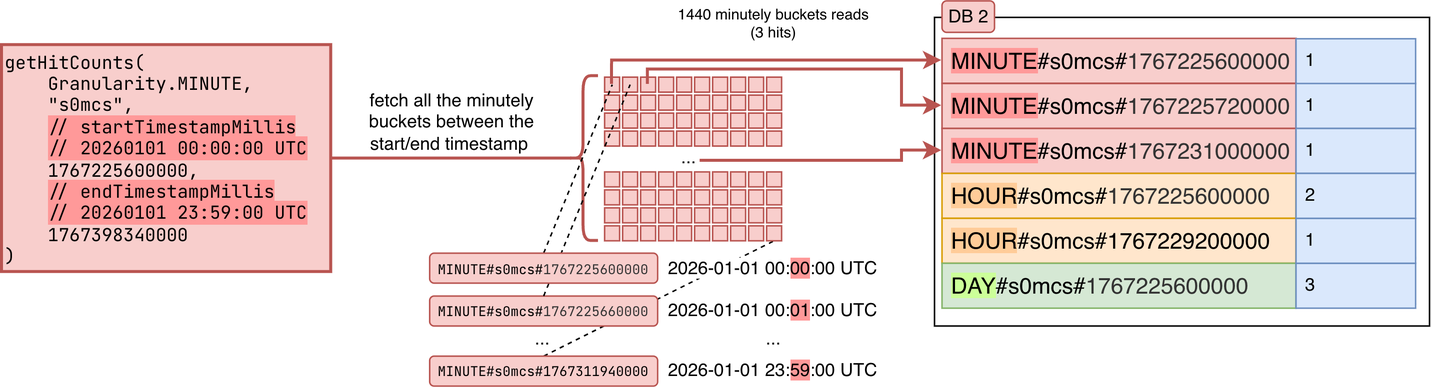
The draw.io diagram course-material/assets/module5/images/minutefetch.png in SonahLab/twitch-chat-hit-counter, before a commit. Source tidied: cells renumbered, new cells last; positions are measured from the earlier drawing's top-left corner, leaving out a move shared by most shapes.
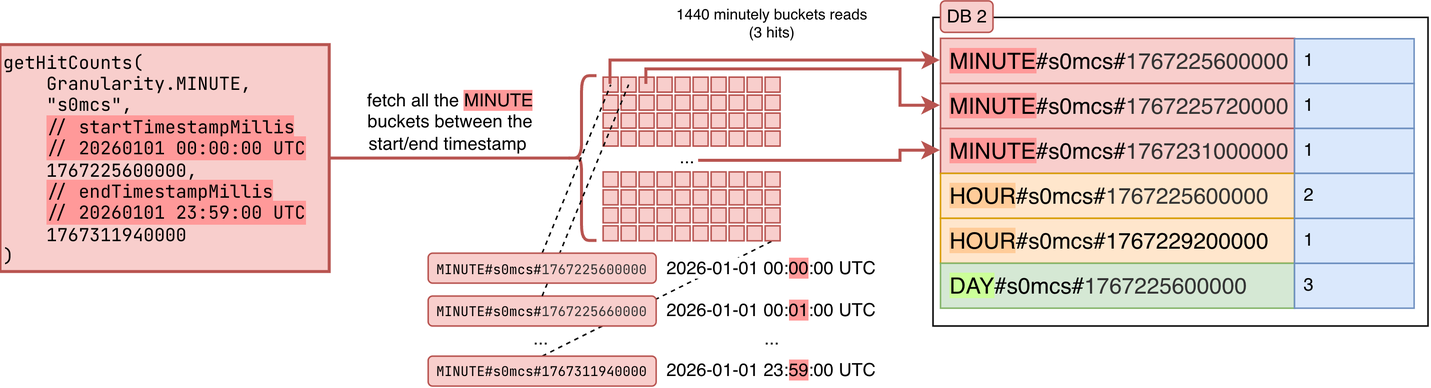
Above is the later version.

The edit, as a diff of the source:
```diff
@@ -5,7 +5,7 @@
     <mxCell id="2" style="endArrow=none;dashed=1;html=1;rounded=0;exitX=0.5;exitY=0;exitDx=0;exitDy=0;entryX=0.5;entryY=1;entryDx=0;entryDy=0;" parent="1" edge="1" source="96" target="83">
       <mxGeometry relative="1" as="geometry" />
     </mxCell>
-    <mxCell id="3" value="&lt;font face=&quot;JetBrains Mono&quot;&gt;getHitCounts(&lt;/font&gt;&lt;div&gt;&lt;font face=&quot;JetBrains Mono&quot;&gt;&amp;nbsp; &amp;nbsp; &lt;span&gt;Granularity.MINUTE&lt;/span&gt;,&lt;/font&gt;&lt;/div&gt;&lt;div&gt;&lt;font face=&quot;JetBrains Mono&quot;&gt;&amp;nbsp; &amp;nbsp; &quot;s0mcs&quot;,&lt;/font&gt;&lt;/div&gt;&lt;div&gt;&lt;font face=&quot;JetBrains Mono&quot;&gt;&amp;nbsp; &amp;nbsp; &lt;span style=&quot;background-color: rgb(255, 153, 153);&quot;&gt;// startTimestampMillis&lt;/span&gt;&lt;/font&gt;&lt;/div&gt;&lt;div&gt;&amp;nbsp; &amp;nbsp; &lt;span style=&quot;background-color: rgb(255, 153, 153);&quot;&gt;// 20260101 00:00:00 UTC&lt;/span&gt;&lt;/div&gt;&lt;div&gt;&lt;font face=&quot;JetBrains Mono&quot;&gt;&amp;nbsp; &amp;nbsp; 1767225600000,&lt;/font&gt;&lt;/div&gt;&lt;div&gt;&lt;font face=&quot;JetBrains Mono&quot;&gt;&amp;nbsp; &amp;nbsp; &lt;span style=&quot;background-color: rgb(255, 153, 153);&quot;&gt;// endTimestampMillis&lt;/span&gt;&lt;/font&gt;&lt;/div&gt;&lt;div&gt;&amp;nbsp; &amp;nbsp; &lt;span style=&quot;background-color: rgb(255, 153, 153);&quot;&gt;// 20260101 23:59:00 UTC&lt;/span&gt;&lt;/div&gt;&lt;div&gt;&lt;font face=&quot;JetBrains Mono&quot;&gt;&amp;nbsp; &amp;nbsp; 1767398340000&lt;/font&gt;&lt;/div&gt;&lt;div&gt;&lt;font face=&quot;JetBrains Mono&quot;&gt;)&lt;/font&gt;&lt;/div&gt;" style="rounded=0;whiteSpace=wrap;html=1;align=left;fontFamily=JetBrains Mono;fontSource=https%3A%2F%2Ffonts.googleapis.com%2Fcss%3Ffamily%3DJetBrains%2BMono;fillColor=#f8cecc;strokeColor=#b85450;strokeWidth=2;" parent="1" vertex="1">
+    <mxCell id="3" value="&lt;font face=&quot;JetBrains Mono&quot;&gt;getHitCounts(&lt;/font&gt;&lt;div&gt;&lt;font face=&quot;JetBrains Mono&quot;&gt;&amp;nbsp; &amp;nbsp; &lt;span&gt;Granularity.MINUTE&lt;/span&gt;,&lt;/font&gt;&lt;/div&gt;&lt;div&gt;&lt;font face=&quot;JetBrains Mono&quot;&gt;&amp;nbsp; &amp;nbsp; &quot;s0mcs&quot;,&lt;/font&gt;&lt;/div&gt;&lt;div&gt;&lt;font face=&quot;JetBrains Mono&quot;&gt;&amp;nbsp; &amp;nbsp; &lt;span style=&quot;background-color: rgb(255, 153, 153);&quot;&gt;// startTimestampMillis&lt;/span&gt;&lt;/font&gt;&lt;/div&gt;&lt;div&gt;&amp;nbsp; &amp;nbsp; &lt;span style=&quot;background-color: rgb(255, 153, 153);&quot;&gt;// 20260101 00:00:00 UTC&lt;/span&gt;&lt;/div&gt;&lt;div&gt;&lt;font face=&quot;JetBrains Mono&quot;&gt;&amp;nbsp; &amp;nbsp; 1767225600000,&lt;/font&gt;&lt;/div&gt;&lt;div&gt;&lt;font face=&quot;JetBrains Mono&quot;&gt;&amp;nbsp; &amp;nbsp; &lt;span style=&quot;background-color: rgb(255, 153, 153);&quot;&gt;// endTimestampMillis&lt;/span&gt;&lt;/font&gt;&lt;/div&gt;&lt;div&gt;&amp;nbsp; &amp;nbsp; &lt;span style=&quot;background-color: rgb(255, 153, 153);&quot;&gt;// 20260101 23:59:00 UTC&lt;/span&gt;&lt;/div&gt;&lt;div&gt;&lt;font face=&quot;JetBrains Mono&quot;&gt;&amp;nbsp; &amp;nbsp; 1767311940000&lt;/font&gt;&lt;/div&gt;&lt;div&gt;&lt;font face=&quot;JetBrains Mono&quot;&gt;)&lt;/font&gt;&lt;/div&gt;" style="rounded=0;whiteSpace=wrap;html=1;align=left;fontFamily=JetBrains Mono;fontSource=https%3A%2F%2Ffonts.googleapis.com%2Fcss%3Ffamily%3DJetBrains%2BMono;fillColor=#f8cecc;strokeColor=#b85450;strokeWidth=2;" parent="1" vertex="1">
       <mxGeometry y="29.8" width="219.5" height="151.5" as="geometry" />
     </mxCell>
     <mxCell id="4" style="rounded=0;whiteSpace=wrap;html=1;fillColor=#f8cecc;strokeColor=#b85450;" parent="1" vertex="1">
@@ -293,7 +293,7 @@
     <mxCell id="98" value="..." style="text;html=1;whiteSpace=wrap;strokeColor=none;fillColor=none;align=center;verticalAlign=middle;rounded=0;" parent="1" vertex="1">
       <mxGeometry x="506.8" y="221.6" width="15.1" height="9" as="geometry" />
     </mxCell>
-    <mxCell id="99" value="fetch all the minutely buckets between the start/end timestamp&amp;nbsp;" style="text;html=1;whiteSpace=wrap;strokeColor=none;fillColor=none;align=center;verticalAlign=middle;rounded=0;" parent="1" vertex="1">
+    <mxCell id="99" value="fetch all the &lt;span style=&quot;background-color: rgb(255, 153, 153);&quot;&gt;MINUTE&lt;/span&gt; buckets between the start/end timestamp&amp;nbsp;" style="text;html=1;whiteSpace=wrap;strokeColor=none;fillColor=none;align=center;verticalAlign=middle;rounded=0;" parent="1" vertex="1">
       <mxGeometry x="224.3" y="63" width="151.6" height="36.5" as="geometry" />
     </mxCell>
     <mxCell id="100" value="1440 minutely buckets reads&lt;div&gt;(3 hits)&lt;/div&gt;" style="text;html=1;whiteSpace=wrap;strokeColor=none;fillColor=none;align=center;verticalAlign=middle;rounded=0;fontSize=10;" parent="1" vertex="1">
```
